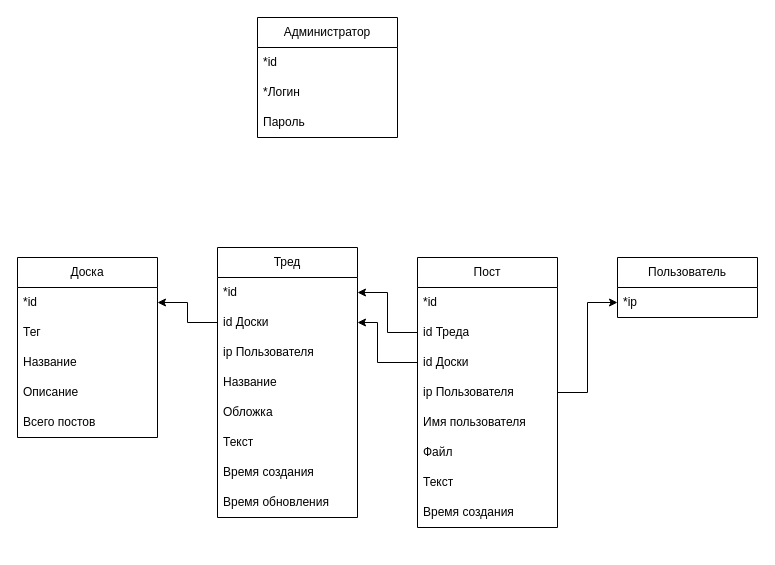
This is relational.drawio from Urvatov/openchan-django, a draw.io file, before an edit. Source tidied: cells renumbered, new cells numbered last; positions are measured from the earlier drawing's top-left corner, leaving out a move shared by most shapes. Both pictures are drawn from the tidied source at 100%, with x=0, y=0 at pixel (17, 17).
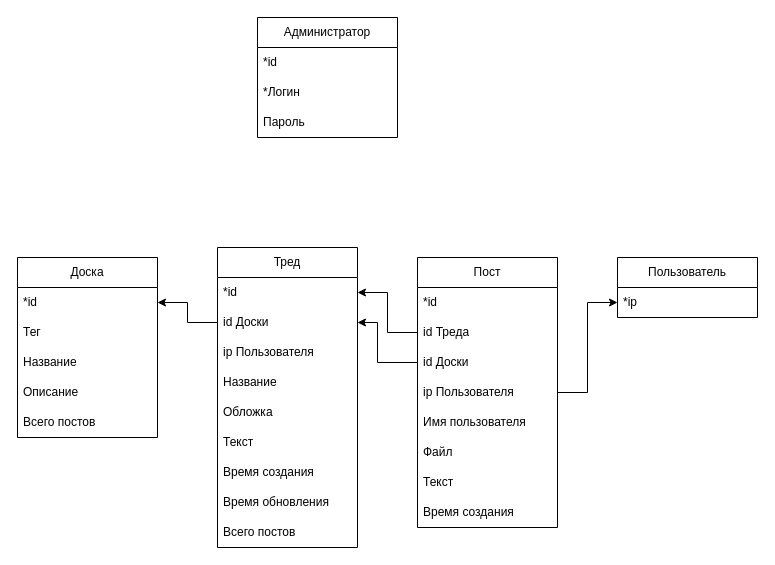
After the change.

What changed in the source:
```diff
@@
     <mxCell id="8" value="Тред" style="swimlane;fontStyle=0;horizontal=1;startSize=30;whiteSpace=wrap;html=1;" parent="1" vertex="1">
-      <mxGeometry x="200" y="230" width="140" height="270" as="geometry" />
+      <mxGeometry x="200" y="230" width="140" height="300" as="geometry" />
     </mxCell>
@@
+    <mxCell id="36" value="Всего постов" style="text;strokeColor=none;fillColor=none;align=left;verticalAlign=middle;spacingLeft=4;spacingRight=4;overflow=hidden;whiteSpace=wrap;html=1;" parent="8" vertex="1">
+      <mxGeometry y="270" width="140" height="30" as="geometry" />
+    </mxCell>
```
